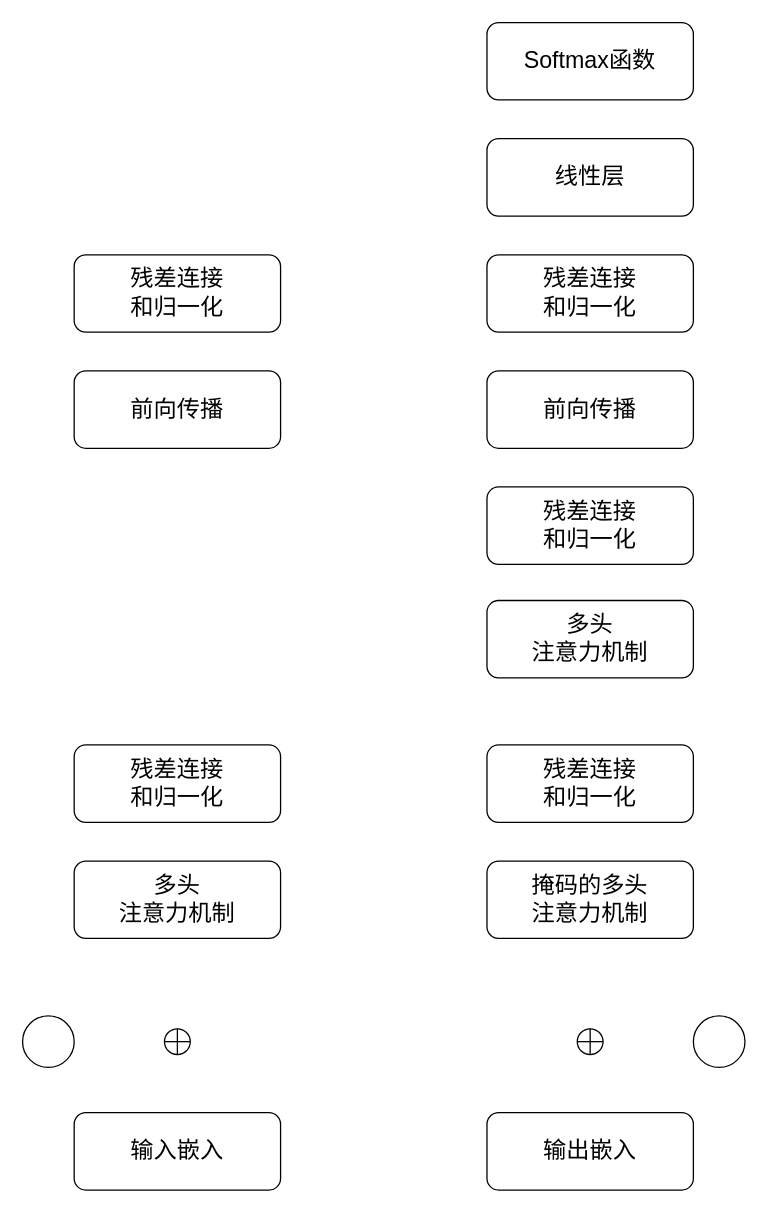
Earlier version of the draw.io diagram output/transformer.drawio (yagaoyg/BIKE-prediction). Source tidied: cells renumbered, new cells numbered last; positions are measured from the earlier drawing's top-left corner, leaving out a move shared by most shapes. Both pictures are drawn from the tidied source at 129%, with x=0, y=0 at pixel (22, 22).
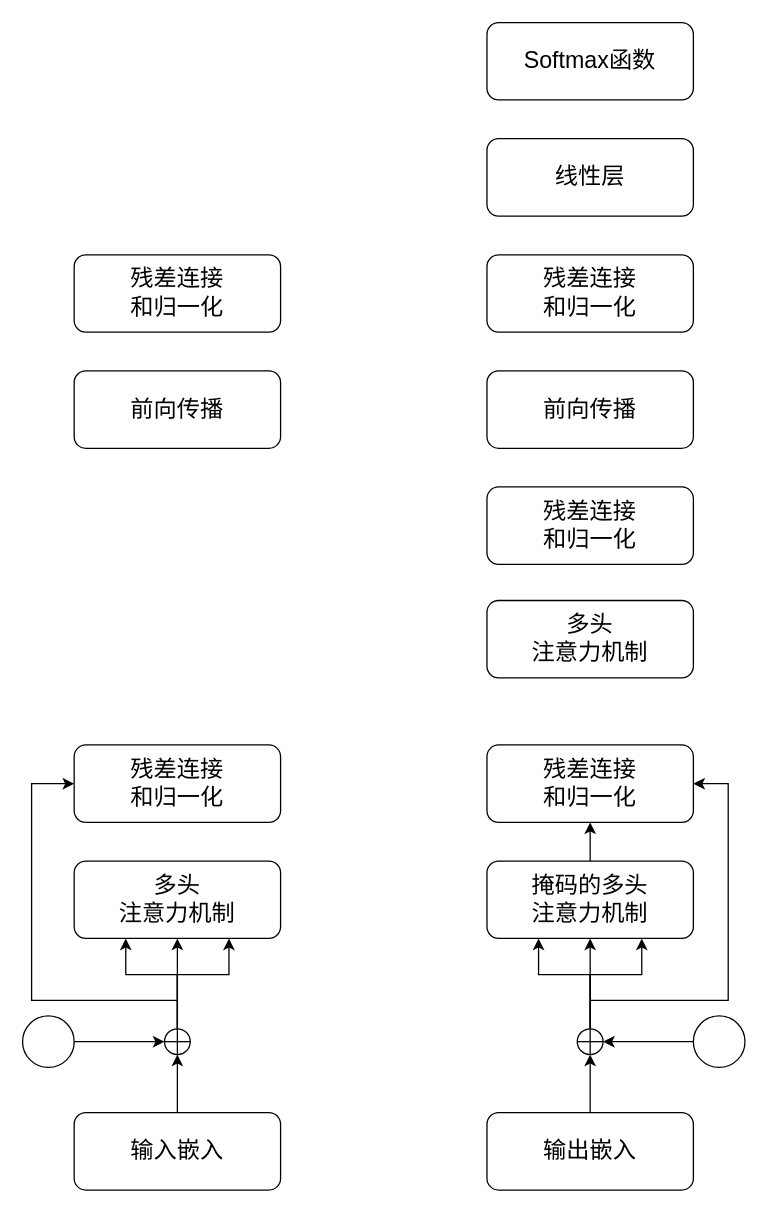
After the change.

Unchanged cells that the change refers to:
```xml
<mxCell id="2" value="&lt;font style=&quot;font-size: 18px;&quot;&gt;输入嵌入&lt;/font&gt;" style="rounded=1;whiteSpace=wrap;html=1;" parent="1" vertex="1">
  <mxGeometry x="40" y="845" width="160" height="60" as="geometry" />
</mxCell>
<mxCell id="3" style="shape=orEllipse;perimeter=ellipsePerimeter;whiteSpace=wrap;html=1;backgroundOutline=1;" parent="1" vertex="1">
  <mxGeometry x="110" y="780" width="20" height="20" as="geometry" />
</mxCell>
<mxCell id="4" style="ellipse;whiteSpace=wrap;html=1;" parent="1" vertex="1">
  <mxGeometry y="770" width="40" height="40" as="geometry" />
</mxCell>
<mxCell id="5" value="&lt;font style=&quot;font-size: 18px;&quot;&gt;输出嵌入&lt;/font&gt;" style="rounded=1;whiteSpace=wrap;html=1;" parent="1" vertex="1">
  <mxGeometry x="360" y="845" width="160" height="60" as="geometry" />
</mxCell>
<mxCell id="6" style="shape=orEllipse;perimeter=ellipsePerimeter;whiteSpace=wrap;html=1;backgroundOutline=1;" parent="1" vertex="1">
  <mxGeometry x="430" y="780" width="20" height="20" as="geometry" />
</mxCell>
<mxCell id="7" style="ellipse;whiteSpace=wrap;html=1;" parent="1" vertex="1">
  <mxGeometry x="520" y="770" width="40" height="40" as="geometry" />
</mxCell>
<mxCell id="8" value="&lt;font style=&quot;font-size: 18px;&quot;&gt;多头&lt;/font&gt;&lt;div&gt;&lt;font style=&quot;font-size: 18px;&quot;&gt;注意力机制&lt;/font&gt;&lt;/div&gt;" style="rounded=1;whiteSpace=wrap;html=1;" parent="1" vertex="1">
  <mxGeometry x="40" y="650" width="160" height="60" as="geometry" />
</mxCell>
<mxCell id="9" value="&lt;font style=&quot;font-size: 18px;&quot;&gt;残差连接&lt;/font&gt;&lt;div&gt;&lt;font style=&quot;font-size: 18px;&quot;&gt;和归一化&lt;/font&gt;&lt;/div&gt;" style="rounded=1;whiteSpace=wrap;html=1;" parent="1" vertex="1">
  <mxGeometry x="40" y="560" width="160" height="60" as="geometry" />
</mxCell>
<mxCell id="10" value="&lt;font style=&quot;font-size: 18px;&quot;&gt;掩码的多头&lt;/font&gt;&lt;div&gt;&lt;font style=&quot;font-size: 18px;&quot;&gt;注意力机制&lt;/font&gt;&lt;/div&gt;" style="rounded=1;whiteSpace=wrap;html=1;" parent="1" vertex="1">
  <mxGeometry x="360" y="650" width="160" height="60" as="geometry" />
</mxCell>
<mxCell id="18" value="&lt;font style=&quot;font-size: 18px;&quot;&gt;残差连接&lt;/font&gt;&lt;div&gt;&lt;font style=&quot;font-size: 18px;&quot;&gt;和归一化&lt;/font&gt;&lt;/div&gt;" style="rounded=1;whiteSpace=wrap;html=1;" parent="1" vertex="1">
  <mxGeometry x="360" y="560" width="160" height="60" as="geometry" />
</mxCell>
```

Diff of the diagram source:
```diff
@@
+    <mxCell id="20" style="edgeStyle=orthogonalEdgeStyle;rounded=0;jettySize=auto;html=1;exitX=0.5;exitY=0;exitDx=0;exitDy=0;entryX=0.5;entryY=1;entryDx=0;entryDy=0;" parent="1" edge="1" source="2" target="3">
+      <mxGeometry relative="1" as="geometry" />
+    </mxCell>
@@
+    <mxCell id="21" style="edgeStyle=orthogonalEdgeStyle;rounded=0;jettySize=auto;html=1;exitX=0.5;exitY=0;exitDx=0;exitDy=0;entryX=0.5;entryY=1;entryDx=0;entryDy=0;" parent="1" edge="1" source="3" target="8">
+      <mxGeometry relative="1" as="geometry" />
+    </mxCell>
+    <mxCell id="22" style="edgeStyle=orthogonalEdgeStyle;rounded=0;jettySize=auto;html=1;exitX=0.5;exitY=0;exitDx=0;exitDy=0;entryX=0.75;entryY=1;entryDx=0;entryDy=0;" parent="1" edge="1" source="3" target="8">
+      <mxGeometry relative="1" as="geometry">
+        <Array as="points">
+          <mxPoint x="120" y="738" />
+          <mxPoint x="160" y="738" />
+        </Array>
+      </mxGeometry>
+    </mxCell>
+    <mxCell id="23" style="edgeStyle=orthogonalEdgeStyle;rounded=0;jettySize=auto;html=1;exitX=0.5;exitY=0;exitDx=0;exitDy=0;entryX=0.25;entryY=1;entryDx=0;entryDy=0;" parent="1" edge="1" source="3" target="8">
+      <mxGeometry relative="1" as="geometry">
+        <Array as="points">
+          <mxPoint x="120" y="738" />
+          <mxPoint x="80" y="738" />
+        </Array>
+      </mxGeometry>
+    </mxCell>
@@
+    <mxCell id="24" style="edgeStyle=orthogonalEdgeStyle;rounded=0;jettySize=auto;html=1;exitX=1;exitY=0.5;exitDx=0;exitDy=0;entryX=0;entryY=0.5;entryDx=0;entryDy=0;" parent="1" edge="1" source="4" target="3">
+      <mxGeometry relative="1" as="geometry" />
+    </mxCell>
@@
+    <mxCell id="25" style="edgeStyle=orthogonalEdgeStyle;rounded=0;jettySize=auto;html=1;exitX=0.5;exitY=0;exitDx=0;exitDy=0;entryX=0.5;entryY=1;entryDx=0;entryDy=0;" parent="1" edge="1" source="5" target="6">
+      <mxGeometry relative="1" as="geometry" />
+    </mxCell>
@@
+    <mxCell id="26" style="edgeStyle=orthogonalEdgeStyle;rounded=0;jettySize=auto;html=1;exitX=0.5;exitY=0;exitDx=0;exitDy=0;entryX=0.5;entryY=1;entryDx=0;entryDy=0;" parent="1" edge="1" source="6" target="10">
+      <mxGeometry relative="1" as="geometry" />
+    </mxCell>
+    <mxCell id="27" style="edgeStyle=orthogonalEdgeStyle;rounded=0;jettySize=auto;html=1;exitX=0.5;exitY=0;exitDx=0;exitDy=0;entryX=0.25;entryY=1;entryDx=0;entryDy=0;" parent="1" edge="1" source="6" target="10">
+      <mxGeometry relative="1" as="geometry">
+        <Array as="points">
+          <mxPoint x="440" y="738" />
+          <mxPoint x="400" y="738" />
+        </Array>
+      </mxGeometry>
+    </mxCell>
+    <mxCell id="28" style="edgeStyle=orthogonalEdgeStyle;rounded=0;jettySize=auto;html=1;exitX=0.5;exitY=0;exitDx=0;exitDy=0;entryX=0.75;entryY=1;entryDx=0;entryDy=0;" parent="1" edge="1" source="6" target="10">
+      <mxGeometry relative="1" as="geometry">
+        <Array as="points">
+          <mxPoint x="440" y="738" />
+          <mxPoint x="480" y="738" />
+        </Array>
+      </mxGeometry>
+    </mxCell>
@@
+    <mxCell id="29" style="edgeStyle=orthogonalEdgeStyle;rounded=0;jettySize=auto;html=1;exitX=0;exitY=0.5;exitDx=0;exitDy=0;entryX=1;entryY=0.5;entryDx=0;entryDy=0;" parent="1" edge="1" source="7" target="6">
+      <mxGeometry relative="1" as="geometry" />
+    </mxCell>
@@
+    <mxCell id="30" style="edgeStyle=orthogonalEdgeStyle;rounded=0;jettySize=auto;html=1;exitX=0;exitY=0.5;exitDx=0;exitDy=0;entryX=0;entryY=0.5;entryDx=0;entryDy=0;" parent="1" edge="1" target="9">
+      <mxGeometry relative="1" as="geometry">
+        <mxPoint x="120" y="758" as="sourcePoint" />
+        <Array as="points">
+          <mxPoint x="7" y="590" />
+        </Array>
+      </mxGeometry>
+    </mxCell>
@@
+    <mxCell id="31" style="edgeStyle=orthogonalEdgeStyle;rounded=0;jettySize=auto;html=1;exitX=0.5;exitY=0;exitDx=0;exitDy=0;entryX=0.5;entryY=1;entryDx=0;entryDy=0;" parent="1" edge="1" source="10" target="18">
+      <mxGeometry relative="1" as="geometry" />
+    </mxCell>
@@
+    <mxCell id="32" style="edgeStyle=orthogonalEdgeStyle;rounded=0;jettySize=auto;html=1;exitX=1;exitY=0.5;exitDx=0;exitDy=0;entryX=1;entryY=0.5;entryDx=0;entryDy=0;" parent="1" edge="1" target="18">
+      <mxGeometry relative="1" as="geometry">
+        <mxPoint x="440" y="758" as="sourcePoint" />
+        <Array as="points">
+          <mxPoint x="547" y="590" />
+        </Array>
+      </mxGeometry>
+    </mxCell>
```
